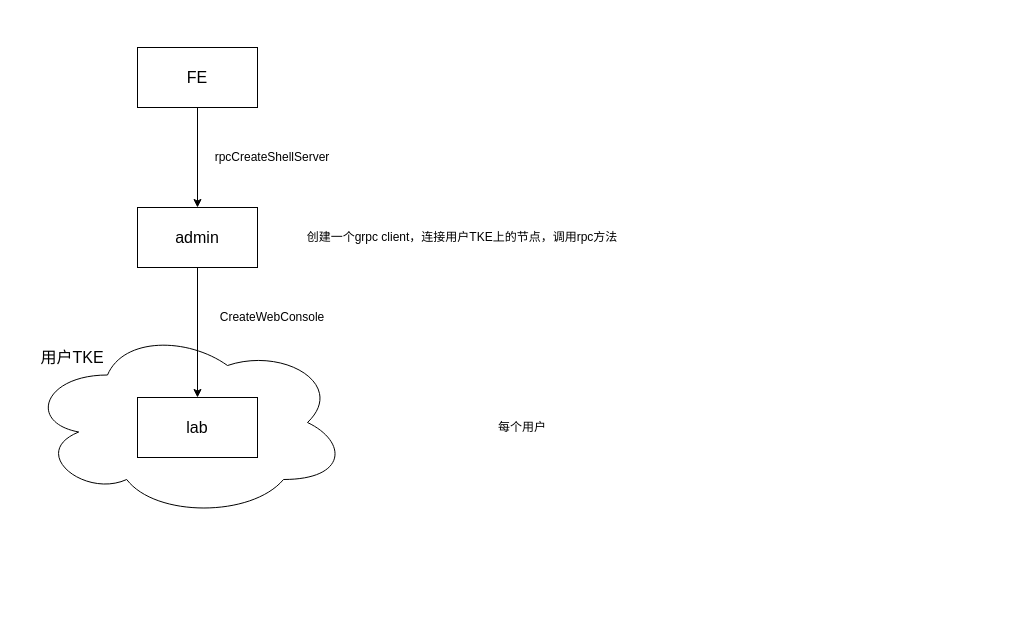
The draw.io diagram page "shell技术架构" (6 of 6) of draft/TEFS/project.drawio in mattshhuang/draw-io, before the edit. Source tidied: cells renumbered, new cells numbered last; positions are measured from the earlier drawing's top-left corner, leaving out a move shared by most shapes. Both pictures are drawn from the tidied source at 100%, with x=0, y=0 at pixel (27, 47).
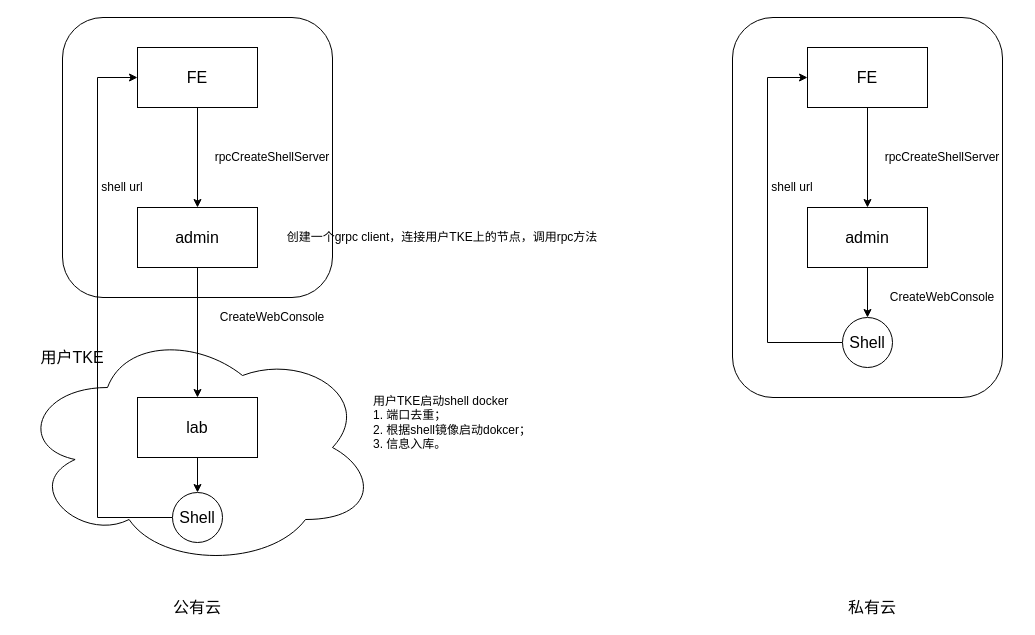
Above is the later version.

The change refers to these unchanged cells:
```xml
<mxCell id="4" value="&lt;font style=&quot;font-size: 16px&quot;&gt;FE&lt;/font&gt;" style="rounded=0;whiteSpace=wrap;html=1;" parent="1" vertex="1">
  <mxGeometry x="110" width="120" height="60" as="geometry" />
</mxCell>
<mxCell id="7" value="&lt;font style=&quot;font-size: 16px&quot;&gt;lab&lt;/font&gt;" style="rounded=0;whiteSpace=wrap;html=1;" parent="1" vertex="1">
  <mxGeometry x="110" y="350" width="120" height="60" as="geometry" />
</mxCell>
```

Change to the diagram source:
```diff
@@
+    <mxCell id="13" style="rounded=1;whiteSpace=wrap;html=1;" parent="1" vertex="1">
+      <mxGeometry x="705" y="-30" width="270" height="380" as="geometry" />
+    </mxCell>
+    <mxCell id="14" style="rounded=1;whiteSpace=wrap;html=1;" parent="1" vertex="1">
+      <mxGeometry x="35" y="-30" width="270" height="280" as="geometry" />
+    </mxCell>
     <mxCell id="2" style="ellipse;shape=cloud;whiteSpace=wrap;html=1;" parent="1" vertex="1">
-      <mxGeometry y="280" width="320" height="190" as="geometry" />
+      <mxGeometry x="-10" y="280" width="360" height="240" as="geometry" />
     </mxCell>
@@
+    <mxCell id="15" style="edgeStyle=orthogonalEdgeStyle;rounded=0;jettySize=auto;html=1;" parent="1" edge="1" source="7" target="23">
+      <mxGeometry relative="1" as="geometry" />
+    </mxCell>
@@
     <mxCell id="11" value="创建一个grpc client，连接用户TKE上的节点，调用rpc方法" style="text;html=1;strokeColor=none;fillColor=none;align=center;verticalAlign=middle;whiteSpace=wrap;rounded=0;" parent="1" vertex="1">
-      <mxGeometry x="240" y="180" width="390" height="20" as="geometry" />
+      <mxGeometry x="220" y="180" width="390" height="20" as="geometry" />
     </mxCell>
-    <mxCell id="12" value="每个用户" style="text;html=1;strokeColor=none;fillColor=none;align=center;verticalAlign=middle;whiteSpace=wrap;rounded=0;" parent="1" vertex="1">
-      <mxGeometry x="300" y="370" width="390" height="20" as="geometry" />
+    <mxCell id="12" value="&lt;div style=&quot;text-align: left&quot;&gt;&lt;span&gt;用户TKE启动shell docker&lt;/span&gt;&lt;/div&gt;&lt;div style=&quot;text-align: left&quot;&gt;&lt;span&gt;1. 端口去重；&lt;/span&gt;&lt;/div&gt;&lt;div style=&quot;text-align: left&quot;&gt;&lt;span&gt;2. 根据shell镜像启动dokcer；&lt;/span&gt;&lt;/div&gt;&lt;div style=&quot;text-align: left&quot;&gt;&lt;span&gt;3. 信息入库。&lt;/span&gt;&lt;/div&gt;" style="text;html=1;strokeColor=none;fillColor=none;align=center;verticalAlign=middle;whiteSpace=wrap;rounded=0;" parent="1" vertex="1">
+      <mxGeometry x="290" y="305" width="270" height="140" as="geometry" />
     </mxCell>
+    <mxCell id="16" style="edgeStyle=orthogonalEdgeStyle;rounded=0;jettySize=auto;html=1;" parent="1" edge="1" source="17" target="19">
+      <mxGeometry relative="1" as="geometry" />
+    </mxCell>
+    <mxCell id="17" value="&lt;font style=&quot;font-size: 16px&quot;&gt;FE&lt;/font&gt;" style="rounded=0;whiteSpace=wrap;html=1;" parent="1" vertex="1">
+      <mxGeometry x="780" width="120" height="60" as="geometry" />
+    </mxCell>
+    <mxCell id="18" style="edgeStyle=orthogonalEdgeStyle;rounded=0;jettySize=auto;html=1;" parent="1" edge="1" source="19" target="25">
+      <mxGeometry relative="1" as="geometry" />
+    </mxCell>
+    <mxCell id="19" value="&lt;font style=&quot;font-size: 16px&quot;&gt;admin&lt;/font&gt;" style="rounded=0;whiteSpace=wrap;html=1;" parent="1" vertex="1">
+      <mxGeometry x="780" y="160" width="120" height="60" as="geometry" />
+    </mxCell>
+    <mxCell id="20" value="rpcCreateShellServer" style="text;html=1;strokeColor=none;fillColor=none;align=center;verticalAlign=middle;whiteSpace=wrap;rounded=0;" parent="1" vertex="1">
+      <mxGeometry x="840" y="100" width="150" height="20" as="geometry" />
+    </mxCell>
+    <mxCell id="21" value="CreateWebConsole" style="text;html=1;strokeColor=none;fillColor=none;align=center;verticalAlign=middle;whiteSpace=wrap;rounded=0;" parent="1" vertex="1">
+      <mxGeometry x="840" y="240" width="150" height="20" as="geometry" />
+    </mxCell>
+    <mxCell id="22" style="edgeStyle=orthogonalEdgeStyle;rounded=0;jettySize=auto;html=1;exitX=0;exitY=0.5;exitDx=0;exitDy=0;entryX=0;entryY=0.5;entryDx=0;entryDy=0;" parent="1" edge="1" source="23" target="4">
+      <mxGeometry relative="1" as="geometry">
+        <Array as="points">
+          <mxPoint x="70" y="470" />
+          <mxPoint x="70" y="30" />
+        </Array>
+      </mxGeometry>
+    </mxCell>
+    <mxCell id="23" value="&lt;font style=&quot;font-size: 16px&quot;&gt;Shell&lt;/font&gt;" style="ellipse;whiteSpace=wrap;html=1;" parent="1" vertex="1">
+      <mxGeometry x="145" y="445" width="50" height="50" as="geometry" />
+    </mxCell>
+    <mxCell id="24" style="edgeStyle=orthogonalEdgeStyle;rounded=0;jettySize=auto;html=1;entryX=0;entryY=0.5;entryDx=0;entryDy=0;" parent="1" edge="1" source="25" target="17">
+      <mxGeometry relative="1" as="geometry">
+        <Array as="points">
+          <mxPoint x="740" y="295" />
+          <mxPoint x="740" y="30" />
+        </Array>
+      </mxGeometry>
+    </mxCell>
+    <mxCell id="25" value="&lt;font style=&quot;font-size: 16px&quot;&gt;Shell&lt;/font&gt;" style="ellipse;whiteSpace=wrap;html=1;" parent="1" vertex="1">
+      <mxGeometry x="815" y="270" width="50" height="50" as="geometry" />
+    </mxCell>
+    <mxCell id="26" value="shell url" style="text;html=1;strokeColor=none;fillColor=none;align=center;verticalAlign=middle;whiteSpace=wrap;rounded=0;" parent="1" vertex="1">
+      <mxGeometry x="60" y="130" width="70" height="20" as="geometry" />
+    </mxCell>
+    <mxCell id="27" value="shell url" style="text;html=1;strokeColor=none;fillColor=none;align=center;verticalAlign=middle;whiteSpace=wrap;rounded=0;" parent="1" vertex="1">
+      <mxGeometry x="730" y="130" width="70" height="20" as="geometry" />
+    </mxCell>
+    <mxCell id="28" value="&lt;font style=&quot;font-size: 16px&quot;&gt;公有云&lt;/font&gt;" style="text;html=1;strokeColor=none;fillColor=none;align=center;verticalAlign=middle;whiteSpace=wrap;rounded=0;" parent="1" vertex="1">
+      <mxGeometry x="125" y="550" width="90" height="20" as="geometry" />
+    </mxCell>
+    <mxCell id="29" value="&lt;font style=&quot;font-size: 16px&quot;&gt;私有云&lt;br&gt;&lt;/font&gt;" style="text;html=1;strokeColor=none;fillColor=none;align=center;verticalAlign=middle;whiteSpace=wrap;rounded=0;" parent="1" vertex="1">
+      <mxGeometry x="800" y="550" width="90" height="20" as="geometry" />
+    </mxCell>
```
